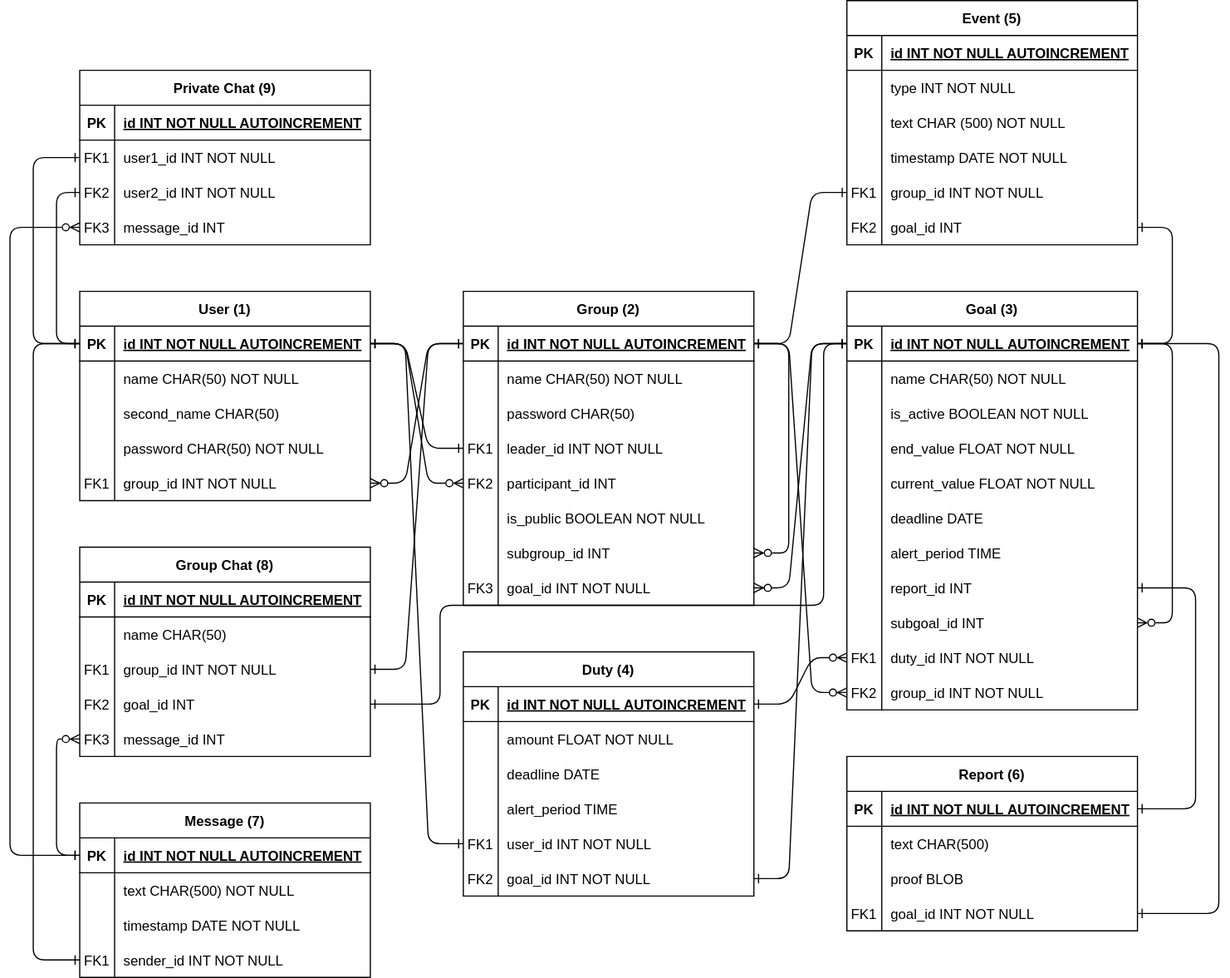
Earlier version of the draw.io export goald_db.drawio.svg (dagapp/goald). Source tidied: cells renumbered, new cells last; positions are measured from the earlier drawing's top-left corner, leaving out a move shared by most shapes.
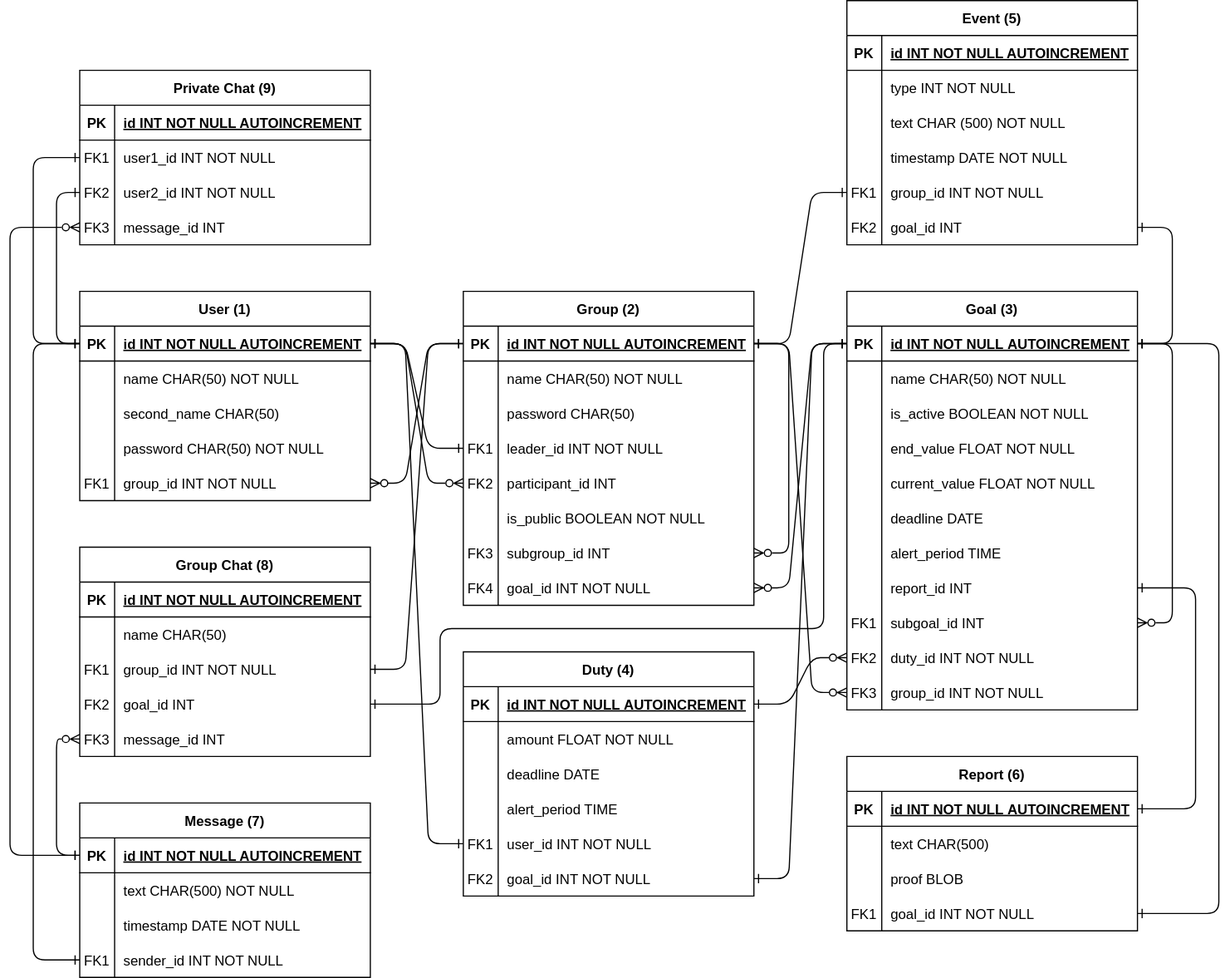
The same file after the commit.

Commit message:
Updated recursive links and small fixes in goald_db.drawio.svg

The edit, as a diff of the source:
```diff
@@ -72,7 +72,7 @@
     <mxCell id="23" style="shape=partialRectangle;fillColor=none;points=[[0,0.5],[1,0.5]];portConstraint=eastwest;top=0;left=0;right=0;bottom=0;" parent="4" vertex="1">
       <mxGeometry y="210" width="250" height="30" as="geometry" />
     </mxCell>
-    <mxCell id="24" style="shape=partialRectangle;overflow=hidden;fillColor=none;top=0;left=0;bottom=0;right=0;" parent="23" vertex="1">
+    <mxCell id="24" value="FK3" style="shape=partialRectangle;overflow=hidden;fillColor=none;top=0;left=0;bottom=0;right=0;" parent="23" vertex="1">
       <mxGeometry width="30" height="30" as="geometry" />
     </mxCell>
     <mxCell id="25" value="subgroup_id INT" style="shape=partialRectangle;overflow=hidden;fillColor=none;top=0;left=0;bottom=0;right=0;align=left;spacingLeft=6;" parent="23" vertex="1">
@@ -81,7 +81,7 @@
     <mxCell id="26" style="shape=partialRectangle;fillColor=none;points=[[0,0.5],[1,0.5]];portConstraint=eastwest;top=0;left=0;right=0;bottom=0;" parent="4" vertex="1">
       <mxGeometry y="240" width="250" height="30" as="geometry" />
     </mxCell>
-    <mxCell id="27" value="FK3" style="shape=partialRectangle;overflow=hidden;fillColor=none;top=0;left=0;bottom=0;right=0;" parent="26" vertex="1">
+    <mxCell id="27" value="FK4" style="shape=partialRectangle;overflow=hidden;fillColor=none;top=0;left=0;bottom=0;right=0;" parent="26" vertex="1">
       <mxGeometry width="30" height="30" as="geometry" />
     </mxCell>
     <mxCell id="28" value="goal_id INT NOT NULL" style="shape=partialRectangle;overflow=hidden;fillColor=none;top=0;left=0;bottom=0;right=0;align=left;spacingLeft=6;" parent="26" vertex="1">
@@ -172,7 +172,7 @@
     <mxCell id="55" style="shape=partialRectangle;fillColor=none;points=[[0,0.5],[1,0.5]];portConstraint=eastwest;top=0;left=0;right=0;bottom=0;" parent="30" vertex="1">
       <mxGeometry y="270" width="250" height="30" as="geometry" />
     </mxCell>
-    <mxCell id="56" style="shape=partialRectangle;overflow=hidden;fillColor=none;top=0;left=0;bottom=0;right=0;" parent="55" vertex="1">
+    <mxCell id="56" value="FK1" style="shape=partialRectangle;overflow=hidden;fillColor=none;top=0;left=0;bottom=0;right=0;" parent="55" vertex="1">
       <mxGeometry width="30" height="30" as="geometry" />
     </mxCell>
     <mxCell id="57" value="subgoal_id INT" style="shape=partialRectangle;overflow=hidden;fillColor=none;top=0;left=0;bottom=0;right=0;align=left;spacingLeft=6;" parent="55" vertex="1">
@@ -181,7 +181,7 @@
     <mxCell id="58" style="shape=partialRectangle;fillColor=none;points=[[0,0.5],[1,0.5]];portConstraint=eastwest;top=0;left=0;right=0;bottom=0;" parent="30" vertex="1">
       <mxGeometry y="300" width="250" height="30" as="geometry" />
     </mxCell>
-    <mxCell id="59" value="FK1" style="shape=partialRectangle;overflow=hidden;fillColor=none;top=0;left=0;bottom=0;right=0;" parent="58" vertex="1">
+    <mxCell id="59" value="FK2" style="shape=partialRectangle;overflow=hidden;fillColor=none;top=0;left=0;bottom=0;right=0;" parent="58" vertex="1">
       <mxGeometry width="30" height="30" as="geometry" />
     </mxCell>
     <mxCell id="60" value="duty_id INT NOT NULL" style="shape=partialRectangle;overflow=hidden;fillColor=none;top=0;left=0;bottom=0;right=0;align=left;spacingLeft=6;" parent="58" vertex="1">
@@ -190,7 +190,7 @@
     <mxCell id="61" style="shape=partialRectangle;fillColor=none;points=[[0,0.5],[1,0.5]];portConstraint=eastwest;top=0;left=0;right=0;bottom=0;" parent="30" vertex="1">
       <mxGeometry y="330" width="250" height="30" as="geometry" />
     </mxCell>
-    <mxCell id="62" value="FK2" style="shape=partialRectangle;overflow=hidden;fillColor=none;top=0;left=0;bottom=0;right=0;" parent="61" vertex="1">
+    <mxCell id="62" value="FK3" style="shape=partialRectangle;overflow=hidden;fillColor=none;top=0;left=0;bottom=0;right=0;" parent="61" vertex="1">
       <mxGeometry width="30" height="30" as="geometry" />
     </mxCell>
     <mxCell id="63" value="group_id INT NOT NULL" style="shape=partialRectangle;overflow=hidden;fillColor=none;top=0;left=0;bottom=0;right=0;align=left;spacingLeft=6;" parent="61" vertex="1">
@@ -513,8 +513,8 @@
       <mxGeometry relative="1" as="geometry">
         <Array as="points">
           <mxPoint x="370" y="605" />
-          <mxPoint x="370" y="520" />
-          <mxPoint x="700" y="520" />
+          <mxPoint x="370" y="540" />
+          <mxPoint x="700" y="540" />
           <mxPoint x="700" y="295" />
         </Array>
       </mxGeometry>
```
